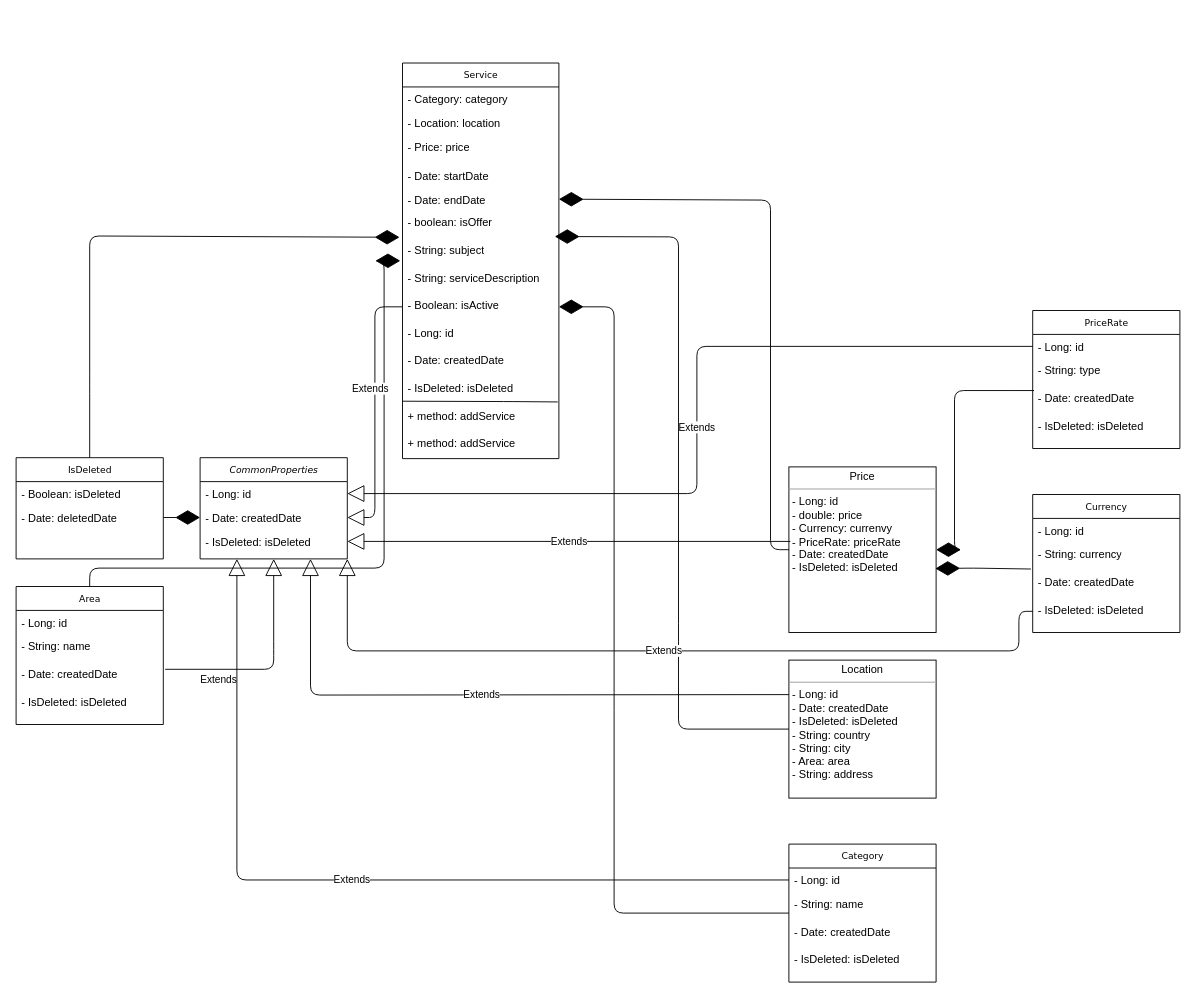
Before: HelppyUML.drawio in StanislavRa/group_A_Helppy, a draw.io diagram. Source tidied: cells renumbered, new cells numbered last; positions are measured from the earlier drawing's top-left corner, leaving out a move shared by most shapes. Both pictures are drawn from the tidied source at 92%, with x=0, y=0 at pixel (16, 63).
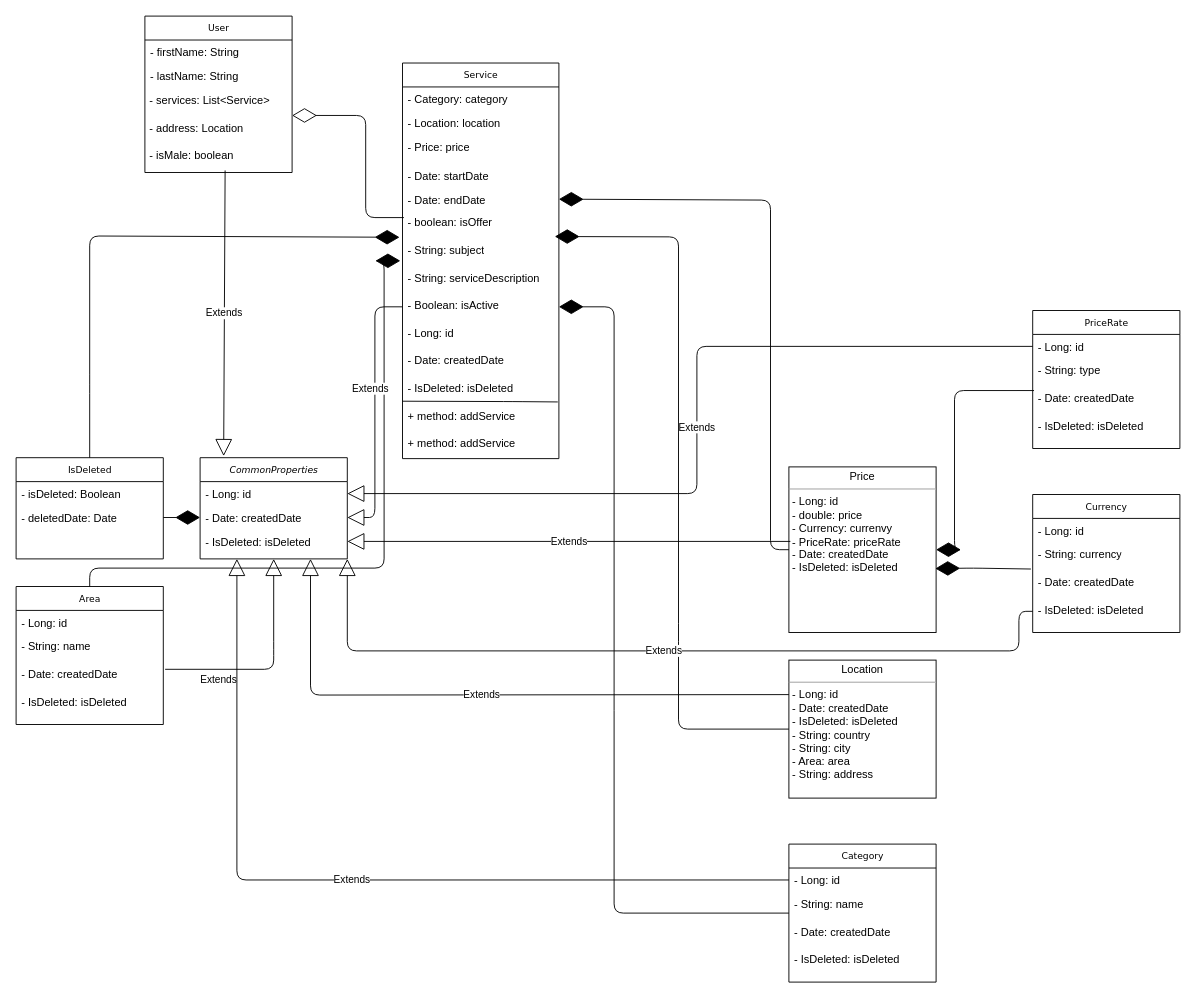
Above is the later version.

Unchanged cells that the change refers to:
```xml
<mxCell id="13" value="- boolean: isOffer" style="text;html=1;strokeColor=none;fillColor=none;align=left;verticalAlign=top;spacingLeft=4;spacingRight=4;whiteSpace=wrap;overflow=hidden;points=[[0,0.5],[1,0.5]];portConstraint=eastwest;" parent="7" vertex="1">
  <mxGeometry y="160" width="170" height="30" as="geometry" />
</mxCell>
<mxCell id="25" value="IsDeleted" style="swimlane;html=1;fontStyle=0;horizontal=1;startSize=26;fillColor=none;swimlaneFillColor=#ffffff;rounded=0;shadow=0;comic=0;labelBackgroundColor=none;strokeWidth=1;fontFamily=Verdana;fontSize=10;align=center;" parent="1" vertex="1">
  <mxGeometry y="429" width="160" height="110" as="geometry" />
</mxCell>
<mxCell id="50" value="&lt;i&gt;CommonProperties&lt;/i&gt;" style="swimlane;html=1;fontStyle=0;horizontal=1;startSize=26;fillColor=none;swimlaneFillColor=#ffffff;rounded=0;shadow=0;comic=0;labelBackgroundColor=none;strokeWidth=1;fontFamily=Verdana;fontSize=10;align=center;" parent="1" vertex="1">
  <mxGeometry x="200" y="429" width="160" height="110" as="geometry" />
</mxCell>
```

The edit, as a diff of the source:
```diff
@@
-    <mxCell id="26" value="- Boolean: isDeleted" style="text;html=1;strokeColor=none;fillColor=none;align=left;verticalAlign=top;spacingLeft=4;spacingRight=4;whiteSpace=wrap;overflow=hidden;" parent="25" vertex="1">
+    <mxCell id="26" value="- isDeleted: Boolean" style="text;html=1;strokeColor=none;fillColor=none;align=left;verticalAlign=top;spacingLeft=4;spacingRight=4;whiteSpace=wrap;overflow=hidden;" parent="25" vertex="1">
       <mxGeometry y="26" width="160" height="26" as="geometry" />
     </mxCell>
-    <mxCell id="27" value="- Date: deletedDate" style="text;html=1;strokeColor=none;fillColor=none;align=left;verticalAlign=top;spacingLeft=4;spacingRight=4;whiteSpace=wrap;overflow=hidden;points=[[0,0.5],[1,0.5]];portConstraint=eastwest;" parent="25" vertex="1">
+    <mxCell id="27" value="- deletedDate: Date" style="text;html=1;strokeColor=none;fillColor=none;align=left;verticalAlign=top;spacingLeft=4;spacingRight=4;whiteSpace=wrap;overflow=hidden;points=[[0,0.5],[1,0.5]];portConstraint=eastwest;" parent="25" vertex="1">
       <mxGeometry y="52" width="160" height="26" as="geometry" />
     </mxCell>
@@
+    <mxCell id="62" value="User" style="swimlane;html=1;fontStyle=0;horizontal=1;startSize=26;fillColor=none;swimlaneFillColor=#ffffff;rounded=0;shadow=0;comic=0;labelBackgroundColor=none;strokeWidth=1;fontFamily=Verdana;fontSize=10;align=center;" parent="1" vertex="1">
+      <mxGeometry x="140" y="-51" width="160" height="170" as="geometry" />
+    </mxCell>
+    <mxCell id="63" value="- firstName: String" style="text;html=1;strokeColor=none;fillColor=none;align=left;verticalAlign=top;spacingLeft=4;spacingRight=4;whiteSpace=wrap;overflow=hidden;" parent="62" vertex="1">
+      <mxGeometry y="26" width="160" height="26" as="geometry" />
+    </mxCell>
+    <mxCell id="64" value="- lastName: String" style="text;html=1;strokeColor=none;fillColor=none;align=left;verticalAlign=top;spacingLeft=4;spacingRight=4;whiteSpace=wrap;overflow=hidden;" parent="62" vertex="1">
+      <mxGeometry y="52" width="160" height="26" as="geometry" />
+    </mxCell>
+    <mxCell id="65" value="&amp;nbsp;- services: List&amp;lt;Service&amp;gt;" style="text;html=1;" parent="62" vertex="1">
+      <mxGeometry y="78" width="160" height="30" as="geometry" />
+    </mxCell>
+    <mxCell id="66" value="&amp;nbsp;- address: Location" style="text;html=1;" parent="62" vertex="1">
+      <mxGeometry y="108" width="160" height="30" as="geometry" />
+    </mxCell>
+    <mxCell id="67" value="&amp;nbsp;- isMale: boolean" style="text;html=1;" parent="62" vertex="1">
+      <mxGeometry y="138" width="160" height="30" as="geometry" />
+    </mxCell>
+    <mxCell id="68" style="endArrow=diamondThin;endFill=0;endSize=24;html=1;exitX=0.009;exitY=0.267;exitDx=0;exitDy=0;exitPerimeter=0;entryX=1;entryY=1;entryDx=0;entryDy=0;" parent="1" edge="1" source="13" target="65">
+      <mxGeometry relative="1" as="geometry">
+        <Array as="points">
+          <mxPoint x="380" y="168" />
+          <mxPoint x="380" y="57" />
+        </Array>
+      </mxGeometry>
+    </mxCell>
+    <mxCell id="69" value="Extends" style="endArrow=block;endSize=16;endFill=0;html=1;exitX=0.545;exitY=0.993;exitDx=0;exitDy=0;entryX=0.16;entryY=-0.016;entryDx=0;entryDy=0;entryPerimeter=0;exitPerimeter=0;" parent="1" edge="1" source="67" target="50">
+      <mxGeometry relative="1" as="geometry" />
+    </mxCell>
```
